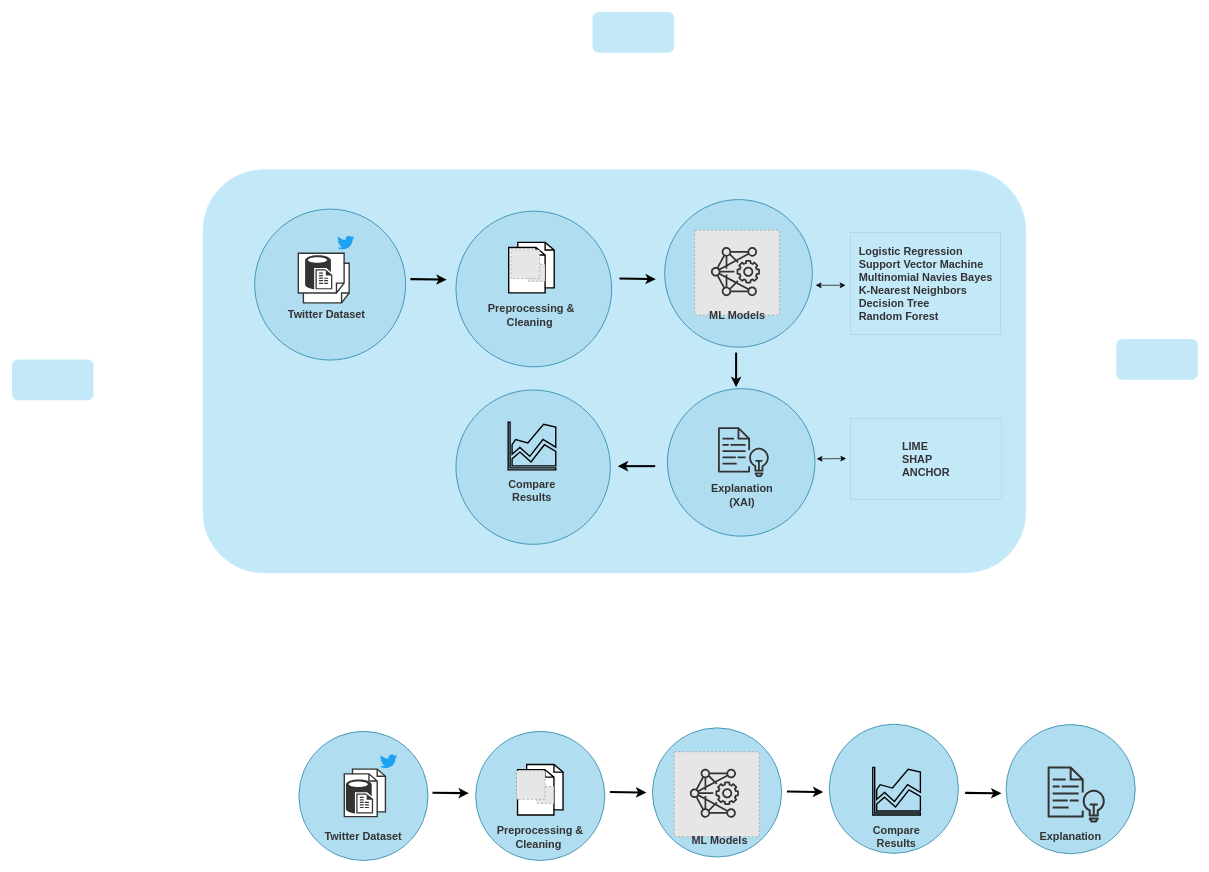
The draw.io diagram page "Page-1" (1 of 3) of Diagram/updated/Workflow2.drawio in NLPXAI/Twitter-Altmetrics-Sentiments-Analysis, before the edit. Source tidied: cells renumbered, new cells numbered last; positions are measured from the earlier drawing's top-left corner, leaving out a move shared by most shapes. Both pictures are drawn from the tidied source at 68%, with x=0, y=0 at pixel (12, 12). Pictures stored in the file or linked from it are replaced by grey dashed boxes.
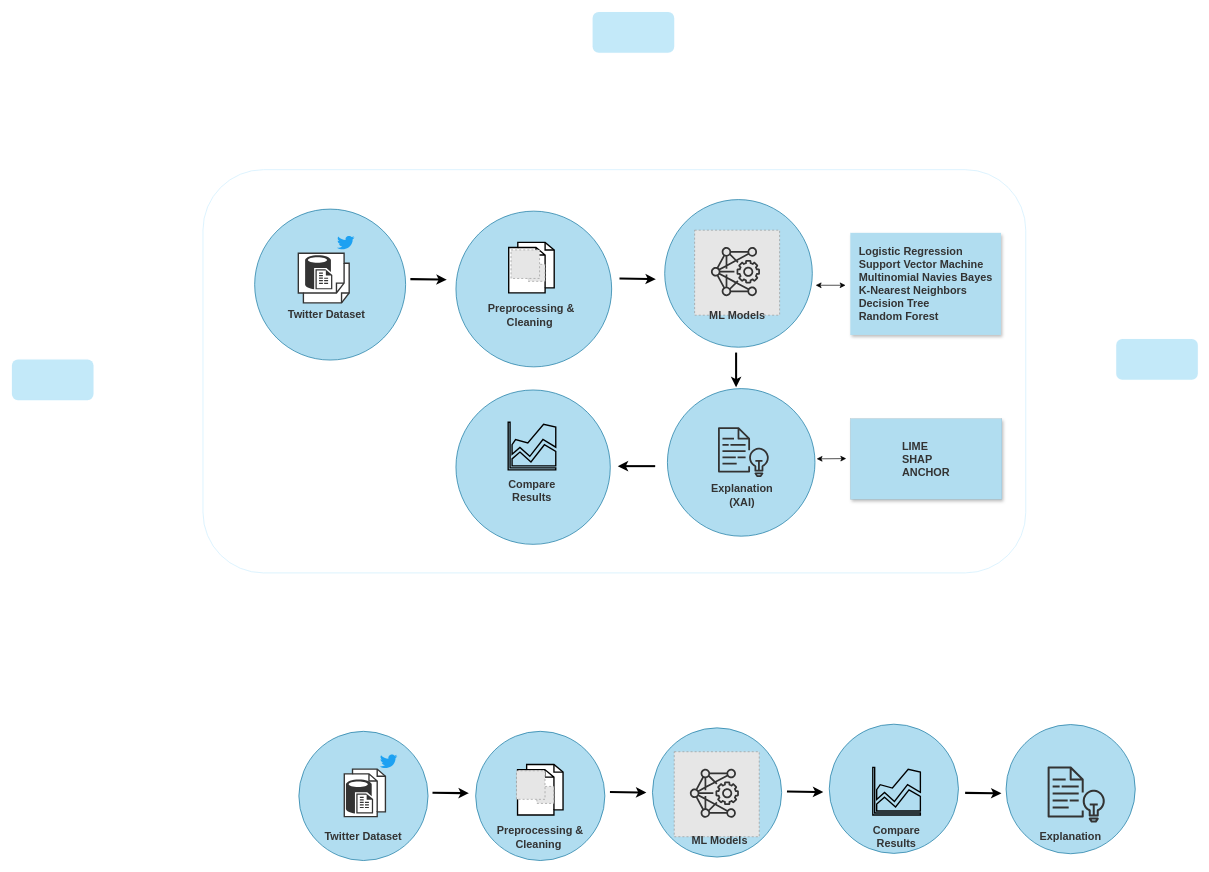
The same page after the edit.

What changed in the source:
```diff
@@
-    <mxCell id="2" style="rounded=1;whiteSpace=wrap;html=1;labelBackgroundColor=#FFB570;strokeColor=#CDEEFE;fontColor=#99FF99;fillColor=#C3E9F9;" parent="1" vertex="1">
+    <mxCell id="2" style="rounded=1;whiteSpace=wrap;html=1;labelBackgroundColor=#FFB570;strokeColor=#CDEEFE;fontColor=#99FF99;fillColor=#FFFFFF;" parent="1" vertex="1">
       <mxGeometry x="281" y="232" width="1210" height="593" as="geometry" />
     </mxCell>
@@
-    <mxCell id="50" value="&lt;div style=&quot;text-align: left;&quot;&gt;&lt;b style=&quot;font-size: 16px; color: rgb(51, 51, 51); background-color: initial;&quot;&gt;LIME&lt;/b&gt;&lt;/div&gt;&lt;font style=&quot;font-size: 16px;&quot; color=&quot;#333333&quot;&gt;&lt;div style=&quot;text-align: left;&quot;&gt;&lt;b style=&quot;background-color: initial;&quot;&gt;SHAP&lt;/b&gt;&lt;/div&gt;&lt;b&gt;&lt;div style=&quot;text-align: left;&quot;&gt;&lt;b style=&quot;background-color: initial;&quot;&gt;ANCHOR&lt;/b&gt;&lt;/div&gt;&lt;/b&gt;&lt;/font&gt;" style="text;html=1;strokeColor=default;fillColor=none;align=center;verticalAlign=middle;whiteSpace=wrap;rounded=0;sketch=0;strokeWidth=0;fontColor=#99FFCC;shadow=1;" parent="1" vertex="1">
+    <mxCell id="50" value="&lt;div style=&quot;text-align: left;&quot;&gt;&lt;b style=&quot;font-size: 16px; color: rgb(51, 51, 51); background-color: initial;&quot;&gt;LIME&lt;/b&gt;&lt;/div&gt;&lt;font style=&quot;font-size: 16px;&quot; color=&quot;#333333&quot;&gt;&lt;div style=&quot;text-align: left;&quot;&gt;&lt;b style=&quot;background-color: initial;&quot;&gt;SHAP&lt;/b&gt;&lt;/div&gt;&lt;b&gt;&lt;div style=&quot;text-align: left;&quot;&gt;&lt;b style=&quot;background-color: initial;&quot;&gt;ANCHOR&lt;/b&gt;&lt;/div&gt;&lt;/b&gt;&lt;/font&gt;" style="text;html=1;strokeColor=default;fillColor=#B1DDF0;align=center;verticalAlign=middle;whiteSpace=wrap;rounded=0;sketch=0;strokeWidth=0;fontColor=#99FFCC;shadow=1;" parent="1" vertex="1">
       <mxGeometry x="1233" y="598" width="223" height="119" as="geometry" />
     </mxCell>
-    <mxCell id="51" value="&lt;div style=&quot;text-align: left;&quot;&gt;&lt;font color=&quot;#333333&quot;&gt;&lt;span style=&quot;font-size: 16px;&quot;&gt;&lt;b&gt;Logistic Regression&lt;/b&gt;&lt;/span&gt;&lt;/font&gt;&lt;/div&gt;&lt;div style=&quot;text-align: left;&quot;&gt;&lt;font color=&quot;#333333&quot;&gt;&lt;span style=&quot;font-size: 16px;&quot;&gt;&lt;b&gt;Support Vector Machine&lt;/b&gt;&lt;/span&gt;&lt;/font&gt;&lt;/div&gt;&lt;div style=&quot;text-align: left;&quot;&gt;&lt;font color=&quot;#333333&quot;&gt;&lt;span style=&quot;font-size: 16px;&quot;&gt;&lt;b&gt;Multinomial Navies Bayes&lt;/b&gt;&lt;/span&gt;&lt;/font&gt;&lt;/div&gt;&lt;div style=&quot;text-align: left;&quot;&gt;&lt;font color=&quot;#333333&quot;&gt;&lt;span style=&quot;font-size: 16px;&quot;&gt;&lt;b&gt;K-Nearest&amp;nbsp;&lt;/b&gt;&lt;/span&gt;&lt;/font&gt;&lt;b style=&quot;color: rgb(51, 51, 51); background-color: initial; font-size: 16px;&quot;&gt;Neighbors&lt;/b&gt;&lt;/div&gt;&lt;div style=&quot;text-align: left;&quot;&gt;&lt;span style=&quot;background-color: initial; font-size: 16px;&quot;&gt;&lt;font color=&quot;#333333&quot;&gt;&lt;b&gt;Decision&lt;/b&gt;&lt;/font&gt;&lt;/span&gt;&lt;b style=&quot;font-size: 16px; color: rgb(51, 51, 51); background-color: initial;&quot;&gt;&amp;nbsp;Tree&lt;/b&gt;&lt;/div&gt;&lt;div style=&quot;text-align: left;&quot;&gt;&lt;b style=&quot;font-size: 16px; color: rgb(51, 51, 51); background-color: initial;&quot;&gt;Random Forest&lt;/b&gt;&lt;/div&gt;" style="text;html=1;strokeColor=default;fillColor=none;align=center;verticalAlign=middle;whiteSpace=wrap;rounded=0;sketch=0;strokeWidth=0;fontColor=#99FFCC;shadow=1;" parent="1" vertex="1">
+    <mxCell id="51" value="&lt;div style=&quot;text-align: left;&quot;&gt;&lt;font color=&quot;#333333&quot;&gt;&lt;span style=&quot;font-size: 16px;&quot;&gt;&lt;b&gt;Logistic Regression&lt;/b&gt;&lt;/span&gt;&lt;/font&gt;&lt;/div&gt;&lt;div style=&quot;text-align: left;&quot;&gt;&lt;font color=&quot;#333333&quot;&gt;&lt;span style=&quot;font-size: 16px;&quot;&gt;&lt;b&gt;Support Vector Machine&lt;/b&gt;&lt;/span&gt;&lt;/font&gt;&lt;/div&gt;&lt;div style=&quot;text-align: left;&quot;&gt;&lt;font color=&quot;#333333&quot;&gt;&lt;span style=&quot;font-size: 16px;&quot;&gt;&lt;b&gt;Multinomial Navies Bayes&lt;/b&gt;&lt;/span&gt;&lt;/font&gt;&lt;/div&gt;&lt;div style=&quot;text-align: left;&quot;&gt;&lt;font color=&quot;#333333&quot;&gt;&lt;span style=&quot;font-size: 16px;&quot;&gt;&lt;b&gt;K-Nearest&amp;nbsp;&lt;/b&gt;&lt;/span&gt;&lt;/font&gt;&lt;b style=&quot;color: rgb(51, 51, 51); background-color: initial; font-size: 16px;&quot;&gt;Neighbors&lt;/b&gt;&lt;/div&gt;&lt;div style=&quot;text-align: left;&quot;&gt;&lt;span style=&quot;background-color: initial; font-size: 16px;&quot;&gt;&lt;font color=&quot;#333333&quot;&gt;&lt;b&gt;Decision&lt;/b&gt;&lt;/font&gt;&lt;/span&gt;&lt;b style=&quot;font-size: 16px; color: rgb(51, 51, 51); background-color: initial;&quot;&gt;&amp;nbsp;Tree&lt;/b&gt;&lt;/div&gt;&lt;div style=&quot;text-align: left;&quot;&gt;&lt;b style=&quot;font-size: 16px; color: rgb(51, 51, 51); background-color: initial;&quot;&gt;Random Forest&lt;/b&gt;&lt;/div&gt;" style="text;html=1;strokeColor=#B1DDF0;fillColor=#B1DDF0;align=center;verticalAlign=middle;whiteSpace=wrap;rounded=0;sketch=0;strokeWidth=0;fontColor=#99FFCC;shadow=1;" parent="1" vertex="1">
       <mxGeometry x="1233" y="325" width="221.5" height="150.1" as="geometry" />
     </mxCell>
```
